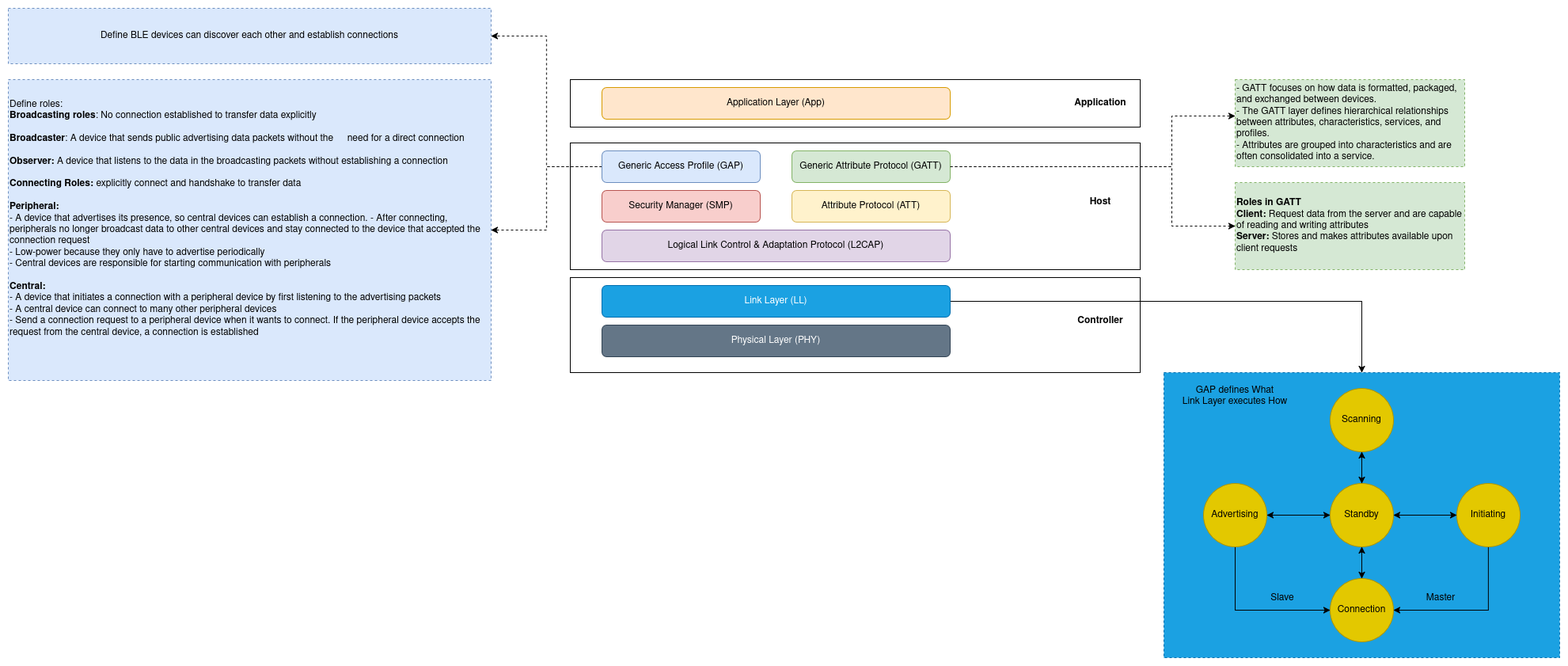
Before: docs/assets/ble_stack_review.drawio.png, a diagram exported from draw.io (da0p/GithubPage). Source tidied: cells renumbered, new cells last; positions are measured from the earlier drawing's top-left corner, leaving out a move shared by most shapes.
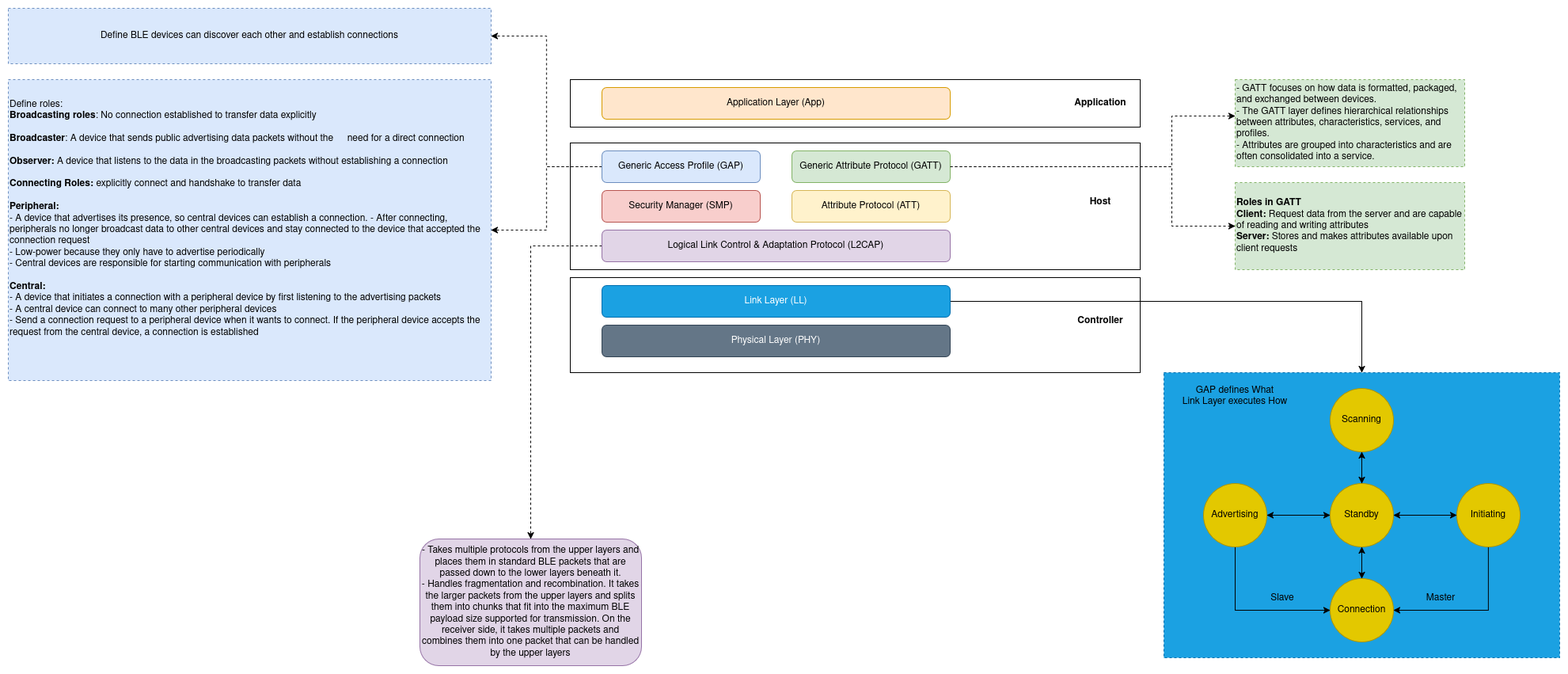
The same diagram one commit later.

What changed in the source:
```diff
@@ -40,6 +40,9 @@
     <mxCell id="12" value="Attribute Protocol (ATT)" style="rounded=1;whiteSpace=wrap;html=1;fillColor=#fff2cc;strokeColor=#d6b656;" parent="1" vertex="1">
       <mxGeometry x="990" y="230" width="200" height="40" as="geometry" />
     </mxCell>
+    <mxCell id="40" style="edgeStyle=orthogonalEdgeStyle;rounded=0;jettySize=auto;html=1;exitX=0;exitY=0.5;exitDx=0;exitDy=0;entryX=0.5;entryY=0;entryDx=0;entryDy=0;dashed=1;" parent="1" edge="1" source="13" target="41">
+      <mxGeometry relative="1" as="geometry" />
+    </mxCell>
     <mxCell id="13" value="Logical Link Control &amp;amp; Adaptation Protocol (L2CAP)" style="rounded=1;whiteSpace=wrap;html=1;fillColor=#e1d5e7;strokeColor=#9673a6;" parent="1" vertex="1">
       <mxGeometry x="750" y="280" width="440" height="40" as="geometry" />
     </mxCell>
@@ -130,5 +133,8 @@
     <mxCell id="39" value="GAP defines What&lt;br&gt;Link Layer executes How" style="text;html=1;align=center;verticalAlign=middle;whiteSpace=wrap;rounded=0;" parent="1" vertex="1">
       <mxGeometry x="1460" y="460" width="180" height="60" as="geometry" />
     </mxCell>
+    <mxCell id="41" value="&lt;div&gt;- Takes multiple protocols from the upper layers and places them in standard BLE packets that are passed down to the lower layers beneath it.&lt;/div&gt;&lt;div&gt;- Handles fragmentation and recombination. It takes the larger packets from the upper layers and splits them into chunks that fit into the maximum BLE payload size supported for transmission. On the receiver side, it takes multiple packets and combines them into one packet that can be handled by the upper layers&lt;/div&gt;" style="rounded=1;whiteSpace=wrap;html=1;fillColor=#e1d5e7;strokeColor=#9673a6;" parent="1" vertex="1">
+      <mxGeometry x="520" y="670" width="280" height="160" as="geometry" />
+    </mxCell>
   </root>
 </mxGraphModel>
```
